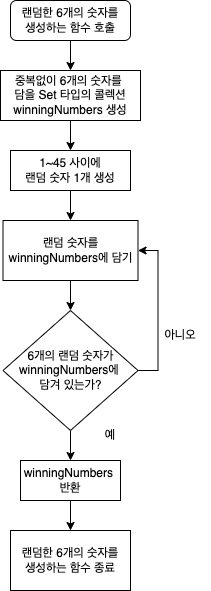
Before: Week2 [STEP 1] flow_chart_vayne.drawio.png, a diagram exported from draw.io (yagom-academy/swift-starter-Round2). Source tidied: cells renumbered, new cells last; positions are measured from the earlier drawing's top-left corner, leaving out a move shared by most shapes. The source it was exported from:
```xml
<mxGraphModel>
  <root>
    <mxCell id="0" />
    <mxCell id="1" parent="0" />
    <mxCell id="2" style="edgeStyle=orthogonalEdgeStyle;rounded=0;jettySize=auto;html=1;exitX=0.5;exitY=1;exitDx=0;exitDy=0;entryX=0.5;entryY=0;entryDx=0;entryDy=0;" parent="1" edge="1" source="3" target="5">
      <mxGeometry relative="1" as="geometry" />
    </mxCell>
    <mxCell id="3" value="랜덤한 6개의 숫자를&lt;br&gt;생성하는 함수 호출" style="rounded=1;whiteSpace=wrap;html=1;" parent="1" vertex="1">
      <mxGeometry x="10" width="120" height="40" as="geometry" />
    </mxCell>
    <mxCell id="4" style="edgeStyle=orthogonalEdgeStyle;rounded=0;jettySize=auto;html=1;exitX=0.5;exitY=1;exitDx=0;exitDy=0;entryX=0.5;entryY=0;entryDx=0;entryDy=0;" parent="1" edge="1" source="5" target="7">
      <mxGeometry relative="1" as="geometry" />
    </mxCell>
    <mxCell id="5" value="중복없이 6개의 숫자를 &lt;br&gt;담을 Set 타입의 콜렉션winningNumbers 생성" style="rounded=0;whiteSpace=wrap;html=1;" parent="1" vertex="1">
      <mxGeometry y="70" width="140" height="50" as="geometry" />
    </mxCell>
    <mxCell id="6" style="edgeStyle=orthogonalEdgeStyle;rounded=0;jettySize=auto;html=1;exitX=0.5;exitY=1;exitDx=0;exitDy=0;" parent="1" edge="1" source="7" target="9">
      <mxGeometry relative="1" as="geometry" />
    </mxCell>
    <mxCell id="7" value="1~45 사이에&lt;br&gt;랜덤 숫자 1개 생성" style="rounded=0;whiteSpace=wrap;html=1;" parent="1" vertex="1">
      <mxGeometry x="10" y="150" width="120" height="40" as="geometry" />
    </mxCell>
    <mxCell id="8" style="edgeStyle=orthogonalEdgeStyle;rounded=0;jettySize=auto;html=1;exitX=0.5;exitY=1;exitDx=0;exitDy=0;entryX=0.5;entryY=0;entryDx=0;entryDy=0;" parent="1" edge="1" source="9" target="12">
      <mxGeometry relative="1" as="geometry" />
    </mxCell>
    <mxCell id="9" value="랜덤 숫자를 winningNumbers에 담기" style="rounded=0;whiteSpace=wrap;html=1;" parent="1" vertex="1">
      <mxGeometry x="2.5" y="220" width="135" height="60" as="geometry" />
    </mxCell>
    <mxCell id="10" style="edgeStyle=orthogonalEdgeStyle;rounded=0;jettySize=auto;html=1;exitX=0.5;exitY=1;exitDx=0;exitDy=0;entryX=0.5;entryY=0;entryDx=0;entryDy=0;" parent="1" edge="1" source="12" target="15">
      <mxGeometry relative="1" as="geometry" />
    </mxCell>
    <mxCell id="11" style="edgeStyle=orthogonalEdgeStyle;rounded=0;jettySize=auto;html=1;exitX=1;exitY=0.5;exitDx=0;exitDy=0;entryX=1;entryY=0.5;entryDx=0;entryDy=0;" parent="1" edge="1" source="12" target="9">
      <mxGeometry relative="1" as="geometry" />
    </mxCell>
    <mxCell id="12" value="6개의 랜덤 숫자가 winningNumbers에 &lt;br&gt;담겨 있는가?" style="rhombus;whiteSpace=wrap;html=1;" parent="1" vertex="1">
      <mxGeometry x="2.5" y="310" width="135" height="120" as="geometry" />
    </mxCell>
    <mxCell id="13" value="아니오" style="text;html=1;strokeColor=none;fillColor=none;align=center;verticalAlign=middle;whiteSpace=wrap;rounded=0;" parent="1" vertex="1">
      <mxGeometry x="150" y="320" width="60" height="30" as="geometry" />
    </mxCell>
    <mxCell id="14" style="edgeStyle=orthogonalEdgeStyle;rounded=0;jettySize=auto;html=1;exitX=0.5;exitY=1;exitDx=0;exitDy=0;entryX=0.5;entryY=0;entryDx=0;entryDy=0;" parent="1" edge="1" source="15" target="17">
      <mxGeometry relative="1" as="geometry" />
    </mxCell>
    <mxCell id="15" value="&lt;span&gt;winningNumbers &lt;br&gt;반환&lt;/span&gt;" style="rounded=0;whiteSpace=wrap;html=1;" parent="1" vertex="1">
      <mxGeometry x="20" y="460" width="100" height="40" as="geometry" />
    </mxCell>
    <mxCell id="16" value="예" style="text;html=1;strokeColor=none;fillColor=none;align=center;verticalAlign=middle;whiteSpace=wrap;rounded=0;" parent="1" vertex="1">
      <mxGeometry x="80" y="420" width="60" height="30" as="geometry" />
    </mxCell>
    <mxCell id="17" value="&lt;span&gt;랜덤한 6개의 숫자를&lt;/span&gt;&lt;br&gt;&lt;span&gt;생성하는 함수 종료&lt;/span&gt;" style="rounded=0;whiteSpace=wrap;html=1;" parent="1" vertex="1">
      <mxGeometry x="10" y="530" width="120" height="60" as="geometry" />
    </mxCell>
  </root>
</mxGraphModel>
```
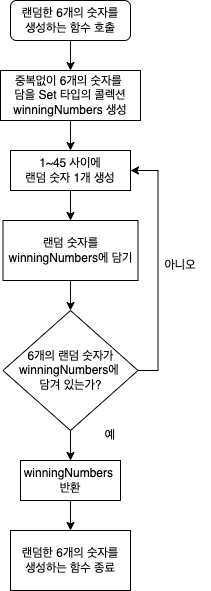
The same diagram one commit later.

Commit message:
chore: 기존 STEP1 flowchart 이미지 삭제 및 새롭게 수정된 flowchart 추가

The edit, as a diff of the source:
```diff
@@ -29,14 +29,14 @@
     <mxCell id="10" style="edgeStyle=orthogonalEdgeStyle;rounded=0;jettySize=auto;html=1;exitX=0.5;exitY=1;exitDx=0;exitDy=0;entryX=0.5;entryY=0;entryDx=0;entryDy=0;" parent="1" edge="1" source="12" target="15">
       <mxGeometry relative="1" as="geometry" />
     </mxCell>
-    <mxCell id="11" style="edgeStyle=orthogonalEdgeStyle;rounded=0;jettySize=auto;html=1;exitX=1;exitY=0.5;exitDx=0;exitDy=0;entryX=1;entryY=0.5;entryDx=0;entryDy=0;" parent="1" edge="1" source="12" target="9">
-      <mxGeometry relative="1" as="geometry" />
-    </mxCell>
+    <mxCell id="18" style="edgeStyle=orthogonalEdgeStyle;rounded=0;jettySize=auto;html=1;exitX=1;exitY=0.5;exitDx=0;exitDy=0;entryX=1;entryY=0.5;entryDx=0;entryDy=0;" parent="1" edge="1" source="12" target="7">
+      <mxGeometry relative="1" as="geometry" />
+    </mxCell>
     <mxCell id="12" value="6개의 랜덤 숫자가 winningNumbers에 &lt;br&gt;담겨 있는가?" style="rhombus;whiteSpace=wrap;html=1;" parent="1" vertex="1">
       <mxGeometry x="2.5" y="310" width="135" height="120" as="geometry" />
     </mxCell>
     <mxCell id="13" value="아니오" style="text;html=1;strokeColor=none;fillColor=none;align=center;verticalAlign=middle;whiteSpace=wrap;rounded=0;" parent="1" vertex="1">
-      <mxGeometry x="150" y="320" width="60" height="30" as="geometry" />
+      <mxGeometry x="150" y="250" width="60" height="30" as="geometry" />
     </mxCell>
     <mxCell id="14" style="edgeStyle=orthogonalEdgeStyle;rounded=0;jettySize=auto;html=1;exitX=0.5;exitY=1;exitDx=0;exitDy=0;entryX=0.5;entryY=0;entryDx=0;entryDy=0;" parent="1" edge="1" source="15" target="17">
       <mxGeometry relative="1" as="geometry" />
```
